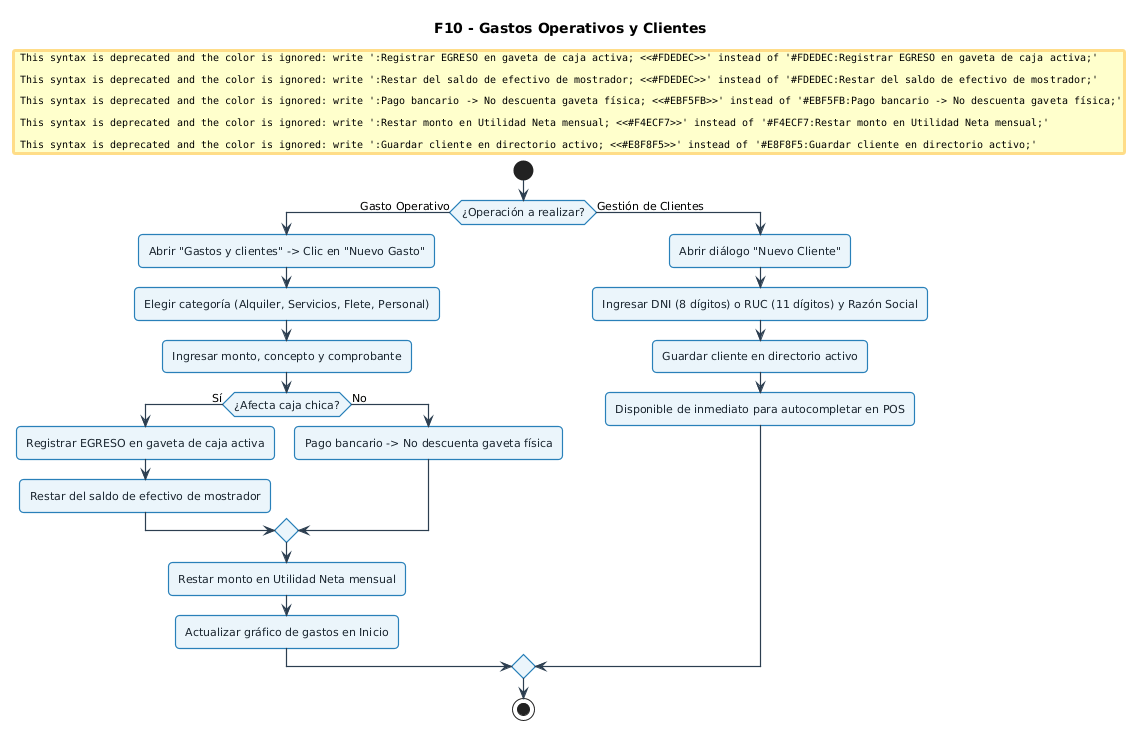
The PlantUML diagram docs/UML-flujos/imagenes/10_gastos_clientes.png in xmenil/ERP-KIPUS, before a commit.
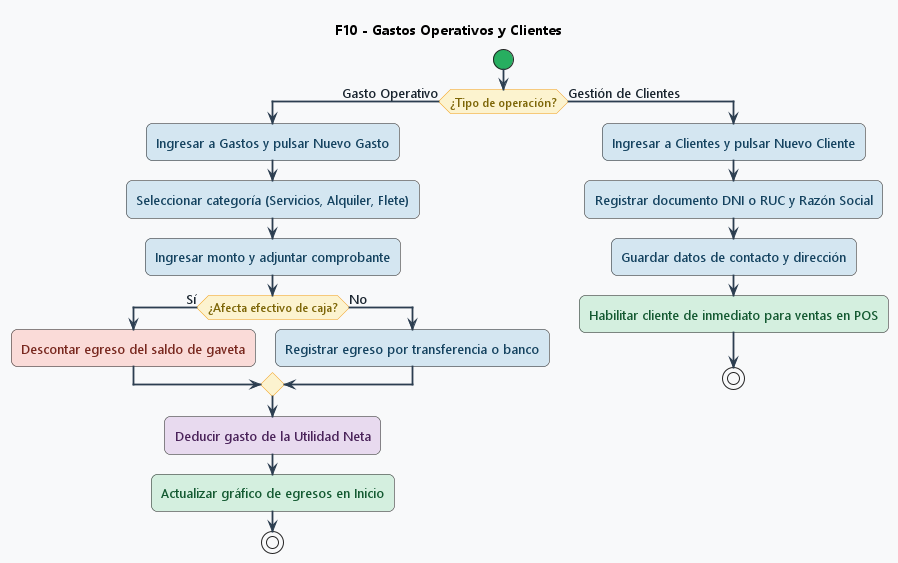
Above is the later version.

Diff of the diagram source:
```diff
@@ -1,50 +1,73 @@
 @startuml
+<style>
+activityDiagram {
+  BackgroundColor #F8F9FA
+  BorderColor #2C3E50
+  FontColor #1A252F
+  FontSize 13
+  FontName "Segoe UI", Arial, sans-serif
+  RoundCorner 12
+  Padding 10
+  Margin 8
+
+  .verde {
+    BackgroundColor #D4EFDF
+    BorderColor #27AE60
+    FontColor #145A32
+  }
+  .amarillo {
+    BackgroundColor #FCF3CF
+    BorderColor #F39C12
+    FontColor #7D6608
+  }
+  .azul {
+    BackgroundColor #D4E6F1
+    BorderColor #2980B9
+    FontColor #154360
+  }
+  .morado {
+    BackgroundColor #E8DAEF
+    BorderColor #8E44AD
+    FontColor #4A235A
+  }
+  .rojo {
+    BackgroundColor #FADBD8
+    BorderColor #C0392B
+    FontColor #78281F
+  }
+}
+</style>
+
 skinparam defaultFontName "Segoe UI", Arial, sans-serif
-skinparam defaultFontSize 11
-skinparam roundCorner 8
-skinparam shadowing false
 skinparam ArrowColor #2C3E50
-skinparam ArrowThickness 1.2
-
-skinparam activity {
-  BackgroundColor #EBF5FB
-  BorderColor #2980B9
-  BorderThickness 1.2
-  FontColor #1A252F
-}
-skinparam decision {
-  BackgroundColor #FEF9E7
-  BorderColor #F39C12
-  BorderThickness 1.2
-  FontColor #7D6608
-}
-skinparam start {
-  Color #27AE60
-}
-skinparam stop {
-  Color #C0392B
-}
+skinparam ArrowThickness 1.8
+skinparam activityStartColor #27AE60
+skinparam activityEndColor #C0392B
+skinparam activityDiamondBackgroundColor #FCF3CF
+skinparam activityDiamondBorderColor #F39C12
+skinparam activityDiamondFontColor #7D6608
+skinparam activityDiamondFontSize 12
 
 title F10 - Gastos Operativos y Clientes
 
 start
-if (¿Operación a realizar?) then (Gasto Operativo)
-  :Abrir "Gastos y clientes" -> Clic en "Nuevo Gasto";
-  :Elegir categoría (Alquiler, Servicios, Flete, Personal);
-  :Ingresar monto, concepto y comprobante;
-  if (¿Afecta caja chica?) then (Sí)
-    #FDEDEC:Registrar EGRESO en gaveta de caja activa;
-    #FDEDEC:Restar del saldo de efectivo de mostrador;
+if (¿Tipo de operación?) then (Gasto Operativo)
+  :Ingresar a Gastos y pulsar Nuevo Gasto; <<azul>>
+  :Seleccionar categoría (Servicios, Alquiler, Flete); <<azul>>
+  :Ingresar monto y adjuntar comprobante; <<azul>>
+  if (¿Afecta efectivo de caja?) then (Sí)
+    :Descontar egreso del saldo de gaveta; <<rojo>>
   else (No)
-    #EBF5FB:Pago bancario -> No descuenta gaveta física;
+    :Registrar egreso por transferencia o banco; <<azul>>
   endif
-  #F4ECF7:Restar monto en Utilidad Neta mensual;
-  :Actualizar gráfico de gastos en Inicio;
+  :Deducir gasto de la Utilidad Neta; <<morado>>
+  :Actualizar gráfico de egresos en Inicio; <<verde>>
+  stop
 else (Gestión de Clientes)
-  :Abrir diálogo "Nuevo Cliente";
-  :Ingresar DNI (8 dígitos) o RUC (11 dígitos) y Razón Social;
-  #E8F8F5:Guardar cliente en directorio activo;
-  :Disponible de inmediato para autocompletar en POS;
+  :Ingresar a Clientes y pulsar Nuevo Cliente; <<azul>>
+  :Registrar documento DNI o RUC y Razón Social; <<azul>>
+  :Guardar datos de contacto y dirección; <<azul>>
+  :Habilitar cliente de inmediato para ventas en POS; <<verde>>
+  stop
 endif
-stop
 @enduml
```
